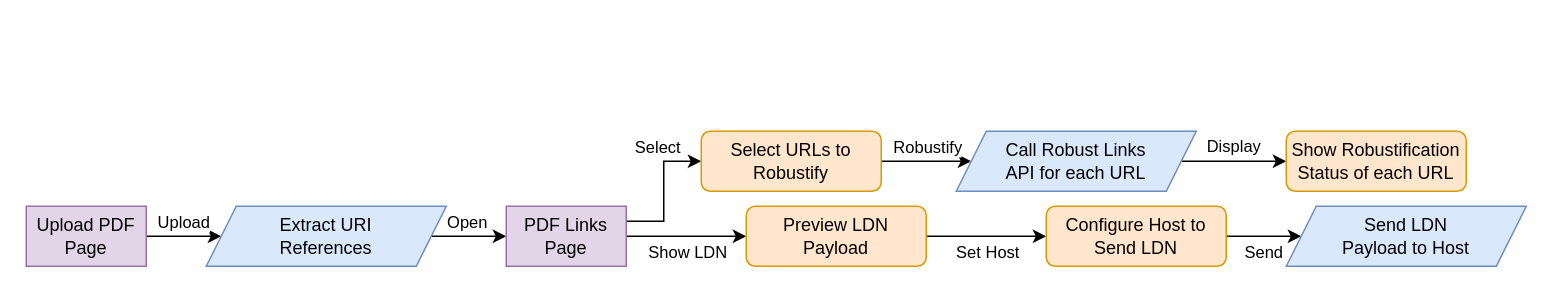
Above: page "Functional Diagram" (1 of 4) of docs/_static/flowchart.drawio in yasithdev/pdf-links-service (draw.io), before the change. Source tidied: cells renumbered, new cells numbered last; positions are measured from the earlier drawing's top-left corner, leaving out a move shared by most shapes. Both pictures are drawn from the tidied source at 150%, with x=0, y=0 at pixel (26, 130).
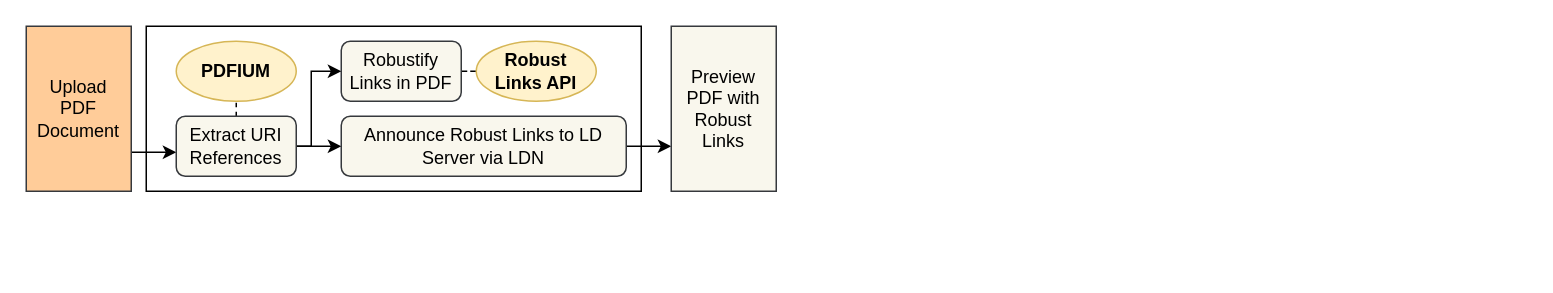
The same diagram, later.

Change to the diagram source:
```diff
@@
+    <mxCell id="26" style="rounded=0;whiteSpace=wrap;html=1;fontSize=11;align=center;" parent="1" vertex="1">
+      <mxGeometry x="80" y="-70" width="330" height="110" as="geometry" />
+    </mxCell>
-    <mxCell id="2" style="edgeStyle=orthogonalEdgeStyle;rounded=0;jettySize=auto;html=1;entryX=0;entryY=0.5;entryDx=0;entryDy=0;" parent="1" edge="1" source="4" target="23">
-      <mxGeometry relative="1" as="geometry" />
+    <mxCell id="2" style="edgeStyle=orthogonalEdgeStyle;rounded=0;jettySize=auto;html=1;fontSize=12;endArrow=classic;endFill=1;strokeColor=#000000;" parent="1" edge="1" source="4" target="23">
+      <mxGeometry relative="1" as="geometry">
+        <Array as="points">
+          <mxPoint x="80" y="14" />
+          <mxPoint x="80" y="14" />
+        </Array>
+      </mxGeometry>
     </mxCell>
-    <mxCell id="3" value="Upload" style="edgeLabel;html=1;align=center;verticalAlign=middle;" parent="2" vertex="1">
-      <mxGeometry x="-0.3" y="1" relative="1" as="geometry">
-        <mxPoint x="6" y="-9" as="offset" />
-      </mxGeometry>
-    </mxCell>
-    <mxCell id="4" value="&lt;div&gt;Upload PDF&lt;/div&gt;&lt;div&gt;Page&lt;/div&gt;" style="rounded=0;whiteSpace=wrap;html=1;fillColor=#e1d5e7;strokeColor=#9673a6;" parent="1" vertex="1">
-      <mxGeometry y="50" width="80" height="40" as="geometry" />
+    <mxCell id="4" value="Upload&lt;br&gt;PDF&lt;br&gt;Document" style="rounded=0;whiteSpace=wrap;html=1;fillColor=#ffcc99;strokeColor=#36393d;" parent="1" vertex="1">
+      <mxGeometry y="-70" width="70" height="110" as="geometry" />
     </mxCell>
-    <mxCell id="5" style="edgeStyle=orthogonalEdgeStyle;rounded=0;jettySize=auto;html=1;entryX=0;entryY=0.5;entryDx=0;entryDy=0;exitX=1;exitY=0.5;exitDx=0;exitDy=0;" parent="1" edge="1" source="23" target="13">
-      <mxGeometry relative="1" as="geometry" />
-    </mxCell>
-    <mxCell id="6" value="Open" style="edgeLabel;html=1;align=center;verticalAlign=middle;" parent="5" vertex="1">
-      <mxGeometry x="-0.07" y="1" relative="1" as="geometry">
-        <mxPoint y="-9" as="offset" />
-      </mxGeometry>
-    </mxCell>
-    <mxCell id="7" style="edgeStyle=orthogonalEdgeStyle;rounded=0;jettySize=auto;html=1;exitX=1;exitY=0.5;exitDx=0;exitDy=0;entryX=0;entryY=0.5;entryDx=0;entryDy=0;" parent="1" edge="1" source="15" target="18">
-      <mxGeometry relative="1" as="geometry" />
-    </mxCell>
-    <mxCell id="8" value="Set Host" style="edgeLabel;html=1;align=center;verticalAlign=middle;" parent="7" vertex="1">
-      <mxGeometry x="-0.01" y="1" relative="1" as="geometry">
-        <mxPoint y="11" as="offset" />
-      </mxGeometry>
-    </mxCell>
-    <mxCell id="9" style="edgeStyle=orthogonalEdgeStyle;rounded=0;jettySize=auto;html=1;exitX=1;exitY=0.5;exitDx=0;exitDy=0;entryX=0;entryY=0.5;entryDx=0;entryDy=0;" parent="1" edge="1" source="13" target="15">
-      <mxGeometry relative="1" as="geometry" />
-    </mxCell>
-    <mxCell id="10" value="Show LDN" style="edgeLabel;html=1;align=center;verticalAlign=middle;" parent="9" vertex="1">
-      <mxGeometry x="-0.2" y="-2" relative="1" as="geometry">
-        <mxPoint x="8" y="8" as="offset" />
-      </mxGeometry>
-    </mxCell>
-    <mxCell id="11" style="edgeStyle=orthogonalEdgeStyle;rounded=0;jettySize=auto;html=1;exitX=1;exitY=0.25;exitDx=0;exitDy=0;entryX=0;entryY=0.5;entryDx=0;entryDy=0;" parent="1" edge="1" source="13" target="21">
-      <mxGeometry relative="1" as="geometry" />
-    </mxCell>
-    <mxCell id="12" value="Select" style="edgeLabel;html=1;align=center;verticalAlign=middle;" parent="11" vertex="1">
-      <mxGeometry x="-0.03" relative="1" as="geometry">
-        <mxPoint x="-5" y="-31" as="offset" />
-      </mxGeometry>
-    </mxCell>
-    <mxCell id="13" value="&lt;div&gt;PDF Links&lt;/div&gt;&lt;div&gt;Page&lt;/div&gt;" style="rounded=0;whiteSpace=wrap;html=1;fillColor=#e1d5e7;strokeColor=#9673a6;" parent="1" vertex="1">
-      <mxGeometry x="320" y="50" width="80" height="40" as="geometry" />
-    </mxCell>
-    <mxCell id="14" value="Display" style="edgeStyle=orthogonalEdgeStyle;rounded=0;jettySize=auto;html=1;exitX=1;exitY=0.5;exitDx=0;exitDy=0;entryX=0;entryY=0.5;entryDx=0;entryDy=0;" parent="1" edge="1" source="24" target="22">
-      <mxGeometry y="10" relative="1" as="geometry" />
-    </mxCell>
+    <mxCell id="27" style="edgeStyle=orthogonalEdgeStyle;rounded=0;jettySize=auto;html=1;fontSize=12;endArrow=classic;endFill=1;strokeColor=#000000;" parent="1" edge="1" source="15" target="34">
+      <mxGeometry relative="1" as="geometry">
+        <Array as="points">
+          <mxPoint x="420" y="10" />
+          <mxPoint x="420" y="10" />
+        </Array>
+      </mxGeometry>
+    </mxCell>
-    <mxCell id="15" value="&lt;div&gt;Preview LDN&lt;/div&gt;&lt;div&gt;Payload&lt;br&gt;&lt;/div&gt;" style="rounded=1;whiteSpace=wrap;html=1;fillColor=#ffe6cc;strokeColor=#d79b00;" parent="1" vertex="1">
-      <mxGeometry x="480" y="50" width="120" height="40" as="geometry" />
+    <mxCell id="15" value="&lt;div&gt;Announce Robust Links to LD Server via LDN&lt;/div&gt;" style="rounded=1;whiteSpace=wrap;html=1;fillColor=#f9f7ed;strokeColor=#36393d;" parent="1" vertex="1">
+      <mxGeometry x="210" y="-10" width="190" height="40" as="geometry" />
     </mxCell>
-    <mxCell id="16" style="edgeStyle=orthogonalEdgeStyle;rounded=0;jettySize=auto;html=1;exitX=1;exitY=0.5;exitDx=0;exitDy=0;entryX=0;entryY=0.5;entryDx=0;entryDy=0;" parent="1" edge="1" source="18" target="25">
-      <mxGeometry relative="1" as="geometry" />
-    </mxCell>
-    <mxCell id="17" value="Send" style="edgeLabel;html=1;align=center;verticalAlign=middle;" parent="16" vertex="1">
-      <mxGeometry x="-0.25" y="-4" relative="1" as="geometry">
-        <mxPoint x="5" y="6" as="offset" />
-      </mxGeometry>
-    </mxCell>
-    <mxCell id="18" value="&lt;div&gt;Configure Host to&lt;/div&gt;&lt;div&gt;Send LDN&lt;/div&gt;" style="rounded=1;whiteSpace=wrap;html=1;fillColor=#ffe6cc;strokeColor=#d79b00;" parent="1" vertex="1">
-      <mxGeometry x="680" y="50" width="120" height="40" as="geometry" />
-    </mxCell>
-    <mxCell id="19" style="edgeStyle=orthogonalEdgeStyle;rounded=0;jettySize=auto;html=1;exitX=1;exitY=0.5;exitDx=0;exitDy=0;entryX=0;entryY=0.5;entryDx=0;entryDy=0;" parent="1" edge="1" source="21" target="24">
-      <mxGeometry relative="1" as="geometry" />
-    </mxCell>
-    <mxCell id="20" value="Robustify" style="edgeLabel;html=1;align=center;verticalAlign=middle;" parent="19" vertex="1">
-      <mxGeometry x="-0.33" y="2" relative="1" as="geometry">
-        <mxPoint x="10" y="-8" as="offset" />
-      </mxGeometry>
-    </mxCell>
+    <mxCell id="28" style="edgeStyle=orthogonalEdgeStyle;rounded=0;jettySize=auto;html=1;exitX=1;exitY=0.5;exitDx=0;exitDy=0;fontSize=11;endArrow=none;endFill=0;strokeColor=#000000;dashed=1;" parent="1" edge="1" source="21" target="33">
+      <mxGeometry relative="1" as="geometry" />
+    </mxCell>
-    <mxCell id="21" value="&lt;div&gt;Select URLs to&lt;/div&gt;&lt;div&gt;Robustify&lt;br&gt;&lt;/div&gt;" style="rounded=1;whiteSpace=wrap;html=1;fillColor=#ffe6cc;strokeColor=#d79b00;" parent="1" vertex="1">
-      <mxGeometry x="450" width="120" height="40" as="geometry" />
+    <mxCell id="21" value="&lt;div&gt;Robustify Links in PDF&lt;/div&gt;" style="rounded=1;whiteSpace=wrap;html=1;fillColor=#f9f7ed;strokeColor=#36393d;" parent="1" vertex="1">
+      <mxGeometry x="210" y="-60" width="80" height="40" as="geometry" />
     </mxCell>
-    <mxCell id="22" value="&lt;div&gt;Show Robustification&lt;/div&gt;&lt;div&gt;Status of each URL&lt;br&gt;&lt;/div&gt;" style="rounded=1;whiteSpace=wrap;html=1;fillColor=#ffe6cc;strokeColor=#d79b00;" parent="1" vertex="1">
-      <mxGeometry x="840" width="120" height="40" as="geometry" />
-    </mxCell>
+    <mxCell id="29" value="PDFIUM" style="ellipse;whiteSpace=wrap;html=1;fontSize=12;align=center;fillColor=#fff2cc;strokeColor=#d6b656;fontStyle=1;" parent="1" vertex="1">
+      <mxGeometry x="100" y="-60" width="80" height="40" as="geometry" />
+    </mxCell>
+    <mxCell id="30" style="edgeStyle=orthogonalEdgeStyle;rounded=0;jettySize=auto;html=1;exitX=1;exitY=0.5;exitDx=0;exitDy=0;entryX=0;entryY=0.5;entryDx=0;entryDy=0;fontSize=11;endArrow=classic;endFill=1;strokeColor=#000000;" parent="1" edge="1" source="23" target="21">
+      <mxGeometry relative="1" as="geometry">
+        <Array as="points">
+          <mxPoint x="190" y="10" />
+          <mxPoint x="190" y="-40" />
+        </Array>
+      </mxGeometry>
+    </mxCell>
+    <mxCell id="31" style="edgeStyle=orthogonalEdgeStyle;rounded=0;jettySize=auto;html=1;exitX=1;exitY=0.5;exitDx=0;exitDy=0;entryX=0;entryY=0.5;entryDx=0;entryDy=0;fontSize=11;endArrow=classic;endFill=1;strokeColor=#000000;" parent="1" edge="1" source="23" target="15">
+      <mxGeometry relative="1" as="geometry">
+        <Array as="points">
+          <mxPoint x="200" y="10" />
+          <mxPoint x="200" y="10" />
+        </Array>
+      </mxGeometry>
+    </mxCell>
+    <mxCell id="32" style="edgeStyle=orthogonalEdgeStyle;rounded=0;jettySize=auto;html=1;exitX=0.5;exitY=0;exitDx=0;exitDy=0;entryX=0.5;entryY=1;entryDx=0;entryDy=0;fontSize=11;endArrow=none;endFill=0;strokeColor=#000000;dashed=1;" parent="1" edge="1" source="23" target="29">
+      <mxGeometry relative="1" as="geometry" />
+    </mxCell>
-    <mxCell id="23" value="&lt;div&gt;Extract URI&lt;/div&gt;&lt;div&gt;References&lt;/div&gt;" style="shape=parallelogram;perimeter=parallelogramPerimeter;whiteSpace=wrap;html=1;fixedSize=1;fillColor=#dae8fc;strokeColor=#6c8ebf;" parent="1" vertex="1">
-      <mxGeometry x="120" y="50" width="160" height="40" as="geometry" />
+    <mxCell id="23" value="Extract URI References" style="rounded=1;whiteSpace=wrap;html=1;fillColor=#f9f7ed;strokeColor=#36393d;" parent="1" vertex="1">
+      <mxGeometry x="100" y="-10" width="80" height="40" as="geometry" />
     </mxCell>
-    <mxCell id="24" value="&lt;div&gt;Call Robust Links&lt;/div&gt;&lt;div&gt;API for each URL&lt;br&gt;&lt;/div&gt;" style="shape=parallelogram;perimeter=parallelogramPerimeter;whiteSpace=wrap;html=1;fixedSize=1;fillColor=#dae8fc;strokeColor=#6c8ebf;" parent="1" vertex="1">
-      <mxGeometry x="620" width="160" height="40" as="geometry" />
-    </mxCell>
-    <mxCell id="25" value="&lt;div&gt;Send LDN&lt;/div&gt;&lt;div&gt;Payload to Host&lt;br&gt;&lt;/div&gt;" style="shape=parallelogram;perimeter=parallelogramPerimeter;whiteSpace=wrap;html=1;fixedSize=1;fillColor=#dae8fc;strokeColor=#6c8ebf;" parent="1" vertex="1">
-      <mxGeometry x="840" y="50" width="160" height="40" as="geometry" />
-    </mxCell>
+    <mxCell id="33" value="Robust&lt;br&gt;Links API" style="ellipse;whiteSpace=wrap;html=1;fontSize=12;align=center;fillColor=#fff2cc;strokeColor=#d6b656;fontStyle=1;" parent="1" vertex="1">
+      <mxGeometry x="300" y="-60" width="80" height="40" as="geometry" />
+    </mxCell>
+    <mxCell id="34" value="Preview PDF with Robust Links" style="rounded=0;whiteSpace=wrap;html=1;fontSize=12;fillColor=#f9f7ed;align=center;strokeColor=#36393d;" parent="1" vertex="1">
+      <mxGeometry x="430" y="-70" width="70" height="110" as="geometry" />
+    </mxCell>
```
